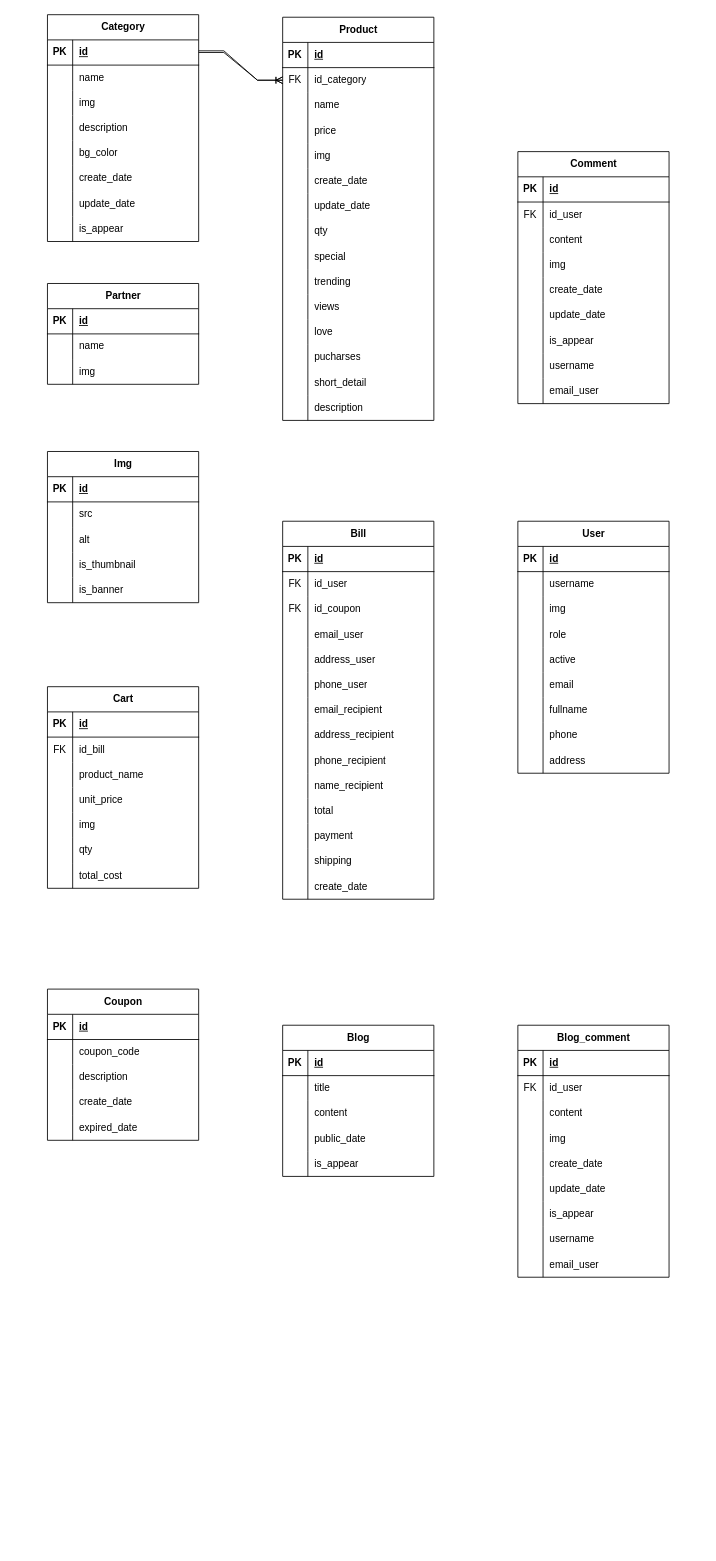
Above: page "ERD_Level-2" (1 of 2) of .vscode/LEGOUS_DIAGRAM.drawio in thanh8724/Legous (draw.io), before the change. Source tidied: cells renumbered, new cells numbered last; positions are measured from the earlier drawing's top-left corner, leaving out a move shared by most shapes. Both pictures are drawn from the tidied source at 84%, with x=0, y=0 at pixel (47, 14).
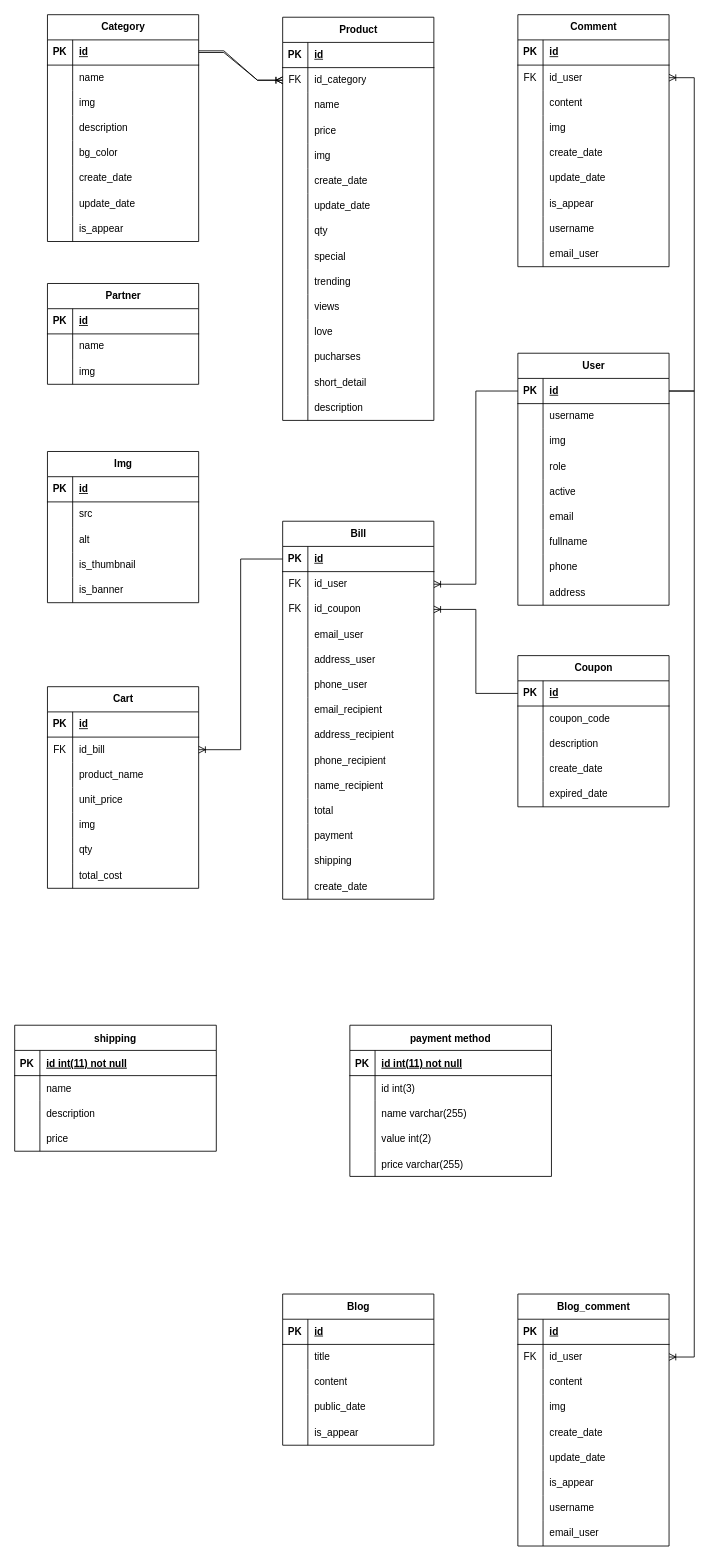
The same page after the edit.

Commit message:
Cập nhật LEGOUS_DIAGRAM.drawio

Unchanged cells that the change refers to:
```xml
<mxCell id="103" style="shape=tableRow;horizontal=0;startSize=0;swimlaneHead=0;swimlaneBody=0;fillColor=none;points=[[0,0.5],[1,0.5]];portConstraint=eastwest;top=0;left=0;right=0;bottom=0;" parent="99" vertex="1">
  <mxGeometry y="60" width="180" height="30" as="geometry" />
</mxCell>
<mxCell id="122" style="shape=tableRow;horizontal=0;startSize=0;swimlaneHead=0;swimlaneBody=0;fillColor=none;points=[[0,0.5],[1,0.5]];portConstraint=eastwest;top=0;left=0;right=0;bottom=1;" parent="121" vertex="1">
  <mxGeometry y="30" width="180" height="30" as="geometry" />
</mxCell>
<mxCell id="125" style="shape=tableRow;horizontal=0;startSize=0;swimlaneHead=0;swimlaneBody=0;fillColor=none;points=[[0,0.5],[1,0.5]];portConstraint=eastwest;top=0;left=0;right=0;bottom=0;" parent="121" vertex="1">
  <mxGeometry y="60" width="180" height="30" as="geometry" />
</mxCell>
<mxCell id="128" style="shape=tableRow;horizontal=0;startSize=0;swimlaneHead=0;swimlaneBody=0;fillColor=none;points=[[0,0.5],[1,0.5]];portConstraint=eastwest;top=0;left=0;right=0;bottom=0;" parent="121" vertex="1">
  <mxGeometry y="90" width="180" height="30" as="geometry" />
</mxCell>
<mxCell id="165" style="shape=tableRow;horizontal=0;startSize=0;swimlaneHead=0;swimlaneBody=0;fillColor=none;points=[[0,0.5],[1,0.5]];portConstraint=eastwest;top=0;left=0;right=0;bottom=1;" parent="164" vertex="1">
  <mxGeometry y="30" width="180" height="30" as="geometry" />
</mxCell>
<mxCell id="196" style="shape=tableRow;horizontal=0;startSize=0;swimlaneHead=0;swimlaneBody=0;fillColor=none;points=[[0,0.5],[1,0.5]];portConstraint=eastwest;top=0;left=0;right=0;bottom=0;" parent="192" vertex="1">
  <mxGeometry y="60" width="180" height="30" as="geometry" />
</mxCell>
<mxCell id="221" style="shape=tableRow;horizontal=0;startSize=0;swimlaneHead=0;swimlaneBody=0;fillColor=none;points=[[0,0.5],[1,0.5]];portConstraint=eastwest;top=0;left=0;right=0;bottom=1;" parent="220" vertex="1">
  <mxGeometry y="30" width="180" height="30" as="geometry" />
</mxCell>
<mxCell id="256" style="shape=tableRow;horizontal=0;startSize=0;swimlaneHead=0;swimlaneBody=0;fillColor=none;points=[[0,0.5],[1,0.5]];portConstraint=eastwest;top=0;left=0;right=0;bottom=0;" parent="252" vertex="1">
  <mxGeometry y="60" width="180" height="30" as="geometry" />
</mxCell>
```

Diff of the diagram source:
```diff
@@
     <mxCell id="164" value="User" style="shape=table;startSize=30;childLayout=tableLayout;rowLines=0;fontStyle=1;align=center;html=1;" parent="1" vertex="1">
-      <mxGeometry x="560" y="603" width="180" height="300" as="geometry" />
+      <mxGeometry x="560" y="403" width="180" height="300" as="geometry" />
     </mxCell>
@@
     <mxCell id="192" value="Comment" style="shape=table;startSize=30;childLayout=tableLayout;rowLines=0;fontStyle=1;align=center;html=1;" parent="1" vertex="1">
-      <mxGeometry x="560" y="163" width="180" height="300" as="geometry" />
+      <mxGeometry x="560" width="180" height="300" as="geometry" />
     </mxCell>
@@
     <mxCell id="220" value="Coupon" style="shape=table;startSize=30;childLayout=tableLayout;rowLines=0;fontStyle=1;align=center;html=1;" parent="1" vertex="1">
-      <mxGeometry y="1160" width="180" height="180" as="geometry" />
+      <mxGeometry x="560" y="763" width="180" height="180" as="geometry" />
     </mxCell>
@@
     <mxCell id="236" value="Blog" style="shape=table;startSize=30;childLayout=tableLayout;rowLines=0;fontStyle=1;align=center;html=1;" parent="1" vertex="1">
-      <mxGeometry x="280" y="1203" width="180" height="180" as="geometry" />
+      <mxGeometry x="280" y="1523" width="180" height="180" as="geometry" />
     </mxCell>
@@
     <mxCell id="252" value="Blog_comment" style="shape=table;startSize=30;childLayout=tableLayout;rowLines=0;fontStyle=1;align=center;html=1;" parent="1" vertex="1">
-      <mxGeometry x="560" y="1203" width="180" height="300" as="geometry" />
+      <mxGeometry x="560" y="1523" width="180" height="300" as="geometry" />
     </mxCell>
@@
+    <mxCell id="282" style="edgeStyle=entityRelationEdgeStyle;fontSize=12;html=1;endArrow=ERoneToMany;rounded=0;entryX=1;entryY=0.5;entryDx=0;entryDy=0;" parent="1" edge="1" source="165" target="196">
+      <mxGeometry relative="1" as="geometry" />
+    </mxCell>
+    <mxCell id="283" style="edgeStyle=orthogonalEdgeStyle;fontSize=12;html=1;endArrow=ERoneToMany;rounded=0;exitX=0;exitY=0.5;exitDx=0;exitDy=0;entryX=1;entryY=0.5;entryDx=0;entryDy=0;" parent="1" edge="1" source="165" target="125">
+      <mxGeometry relative="1" as="geometry" />
+    </mxCell>
+    <mxCell id="284" style="fontSize=12;html=1;endArrow=ERoneToMany;rounded=0;exitX=0;exitY=0.5;exitDx=0;exitDy=0;entryX=1;entryY=0.5;entryDx=0;entryDy=0;edgeStyle=orthogonalEdgeStyle;" parent="1" edge="1" source="221" target="128">
+      <mxGeometry relative="1" as="geometry" />
+    </mxCell>
+    <mxCell id="285" style="fontSize=12;html=1;endArrow=ERoneToMany;rounded=0;edgeStyle=orthogonalEdgeStyle;entryX=1;entryY=0.5;entryDx=0;entryDy=0;exitX=0;exitY=0.5;exitDx=0;exitDy=0;" parent="1" edge="1" source="122" target="103">
+      <mxGeometry relative="1" as="geometry" />
+    </mxCell>
+    <mxCell id="286" value="shipping" style="shape=table;startSize=30;childLayout=tableLayout;rowLines=0;fontStyle=1;align=center;" parent="1" vertex="1">
+      <mxGeometry x="-39" y="1203" width="240" height="150" as="geometry" />
+    </mxCell>
+    <mxCell id="287" style="shape=tableRow;horizontal=0;startSize=0;swimlaneHead=0;swimlaneBody=0;fillColor=none;top=0;left=0;right=0;bottom=1;" parent="286" vertex="1">
+      <mxGeometry y="30" width="240" height="30" as="geometry" />
+    </mxCell>
+    <mxCell id="288" value="PK" style="shape=partialRectangle;fillColor=none;top=0;left=0;bottom=0;right=0;fontStyle=1;overflow=hidden;" parent="287" vertex="1">
+      <mxGeometry width="30" height="30" as="geometry" />
+    </mxCell>
+    <mxCell id="289" value="id int(11) not null" style="shape=partialRectangle;fillColor=none;top=0;left=0;bottom=0;right=0;align=left;spacingLeft=6;fontStyle=5;overflow=hidden;" parent="287" vertex="1">
+      <mxGeometry x="30" width="210" height="30" as="geometry" />
+    </mxCell>
+    <mxCell id="290" style="shape=tableRow;horizontal=0;startSize=0;swimlaneHead=0;swimlaneBody=0;fillColor=none;top=0;left=0;right=0;bottom=0;" parent="286" vertex="1">
+      <mxGeometry y="60" width="240" height="30" as="geometry" />
+    </mxCell>
+    <mxCell id="291" style="shape=partialRectangle;fillColor=none;top=0;left=0;bottom=0;right=0;overflow=hidden;" parent="290" vertex="1">
+      <mxGeometry width="30" height="30" as="geometry" />
+    </mxCell>
+    <mxCell id="292" value="name" style="shape=partialRectangle;fillColor=none;top=0;left=0;bottom=0;right=0;align=left;spacingLeft=6;overflow=hidden;" parent="290" vertex="1">
+      <mxGeometry x="30" width="210" height="30" as="geometry" />
+    </mxCell>
+    <mxCell id="293" style="shape=tableRow;horizontal=0;startSize=0;swimlaneHead=0;swimlaneBody=0;fillColor=none;top=0;left=0;right=0;bottom=0;" parent="286" vertex="1">
+      <mxGeometry y="90" width="240" height="30" as="geometry" />
+    </mxCell>
+    <mxCell id="294" style="shape=partialRectangle;fillColor=none;top=0;left=0;bottom=0;right=0;overflow=hidden;" parent="293" vertex="1">
+      <mxGeometry width="30" height="30" as="geometry" />
+    </mxCell>
+    <mxCell id="295" value="description" style="shape=partialRectangle;fillColor=none;top=0;left=0;bottom=0;right=0;align=left;spacingLeft=6;overflow=hidden;" parent="293" vertex="1">
+      <mxGeometry x="30" width="210" height="30" as="geometry" />
+    </mxCell>
+    <mxCell id="296" style="shape=tableRow;horizontal=0;startSize=0;swimlaneHead=0;swimlaneBody=0;fillColor=none;top=0;left=0;right=0;bottom=0;" parent="286" vertex="1">
+      <mxGeometry y="120" width="240" height="30" as="geometry" />
+    </mxCell>
+    <mxCell id="297" style="shape=partialRectangle;fillColor=none;top=0;left=0;bottom=0;right=0;overflow=hidden;" parent="296" vertex="1">
+      <mxGeometry width="30" height="30" as="geometry" />
+    </mxCell>
+    <mxCell id="298" value="price" style="shape=partialRectangle;fillColor=none;top=0;left=0;bottom=0;right=0;align=left;spacingLeft=6;overflow=hidden;" parent="296" vertex="1">
+      <mxGeometry x="30" width="210" height="30" as="geometry" />
+    </mxCell>
+    <mxCell id="299" style="edgeStyle=entityRelationEdgeStyle;fontSize=12;html=1;endArrow=ERoneToMany;rounded=0;entryX=1;entryY=0.5;entryDx=0;entryDy=0;exitX=1;exitY=0.5;exitDx=0;exitDy=0;" parent="1" edge="1" source="165" target="256">
+      <mxGeometry relative="1" as="geometry">
+        <Array as="points">
+          <mxPoint x="790" y="863" />
+        </Array>
+      </mxGeometry>
+    </mxCell>
+    <mxCell id="300" value="payment method" style="shape=table;startSize=30;childLayout=tableLayout;rowLines=0;fontStyle=1;align=center;" parent="1" vertex="1">
+      <mxGeometry x="360" y="1203" width="240" height="180" as="geometry" />
+    </mxCell>
+    <mxCell id="301" style="shape=tableRow;horizontal=0;startSize=0;swimlaneHead=0;swimlaneBody=0;fillColor=none;top=0;left=0;right=0;bottom=1;" parent="300" vertex="1">
+      <mxGeometry y="30" width="240" height="30" as="geometry" />
+    </mxCell>
+    <mxCell id="302" value="PK" style="shape=partialRectangle;fillColor=none;top=0;left=0;bottom=0;right=0;fontStyle=1;overflow=hidden;" parent="301" vertex="1">
+      <mxGeometry width="30" height="30" as="geometry" />
+    </mxCell>
+    <mxCell id="303" value="id int(11) not null" style="shape=partialRectangle;fillColor=none;top=0;left=0;bottom=0;right=0;align=left;spacingLeft=6;fontStyle=5;overflow=hidden;" parent="301" vertex="1">
+      <mxGeometry x="30" width="210" height="30" as="geometry" />
+    </mxCell>
+    <mxCell id="304" style="shape=tableRow;horizontal=0;startSize=0;swimlaneHead=0;swimlaneBody=0;fillColor=none;top=0;left=0;right=0;bottom=0;" parent="300" vertex="1">
+      <mxGeometry y="60" width="240" height="30" as="geometry" />
+    </mxCell>
+    <mxCell id="305" style="shape=partialRectangle;fillColor=none;top=0;left=0;bottom=0;right=0;overflow=hidden;" parent="304" vertex="1">
+      <mxGeometry width="30" height="30" as="geometry" />
+    </mxCell>
+    <mxCell id="306" value="id int(3)" style="shape=partialRectangle;fillColor=none;top=0;left=0;bottom=0;right=0;align=left;spacingLeft=6;overflow=hidden;" parent="304" vertex="1">
+      <mxGeometry x="30" width="210" height="30" as="geometry" />
+    </mxCell>
+    <mxCell id="307" style="shape=tableRow;horizontal=0;startSize=0;swimlaneHead=0;swimlaneBody=0;fillColor=none;top=0;left=0;right=0;bottom=0;" parent="300" vertex="1">
+      <mxGeometry y="90" width="240" height="30" as="geometry" />
+    </mxCell>
+    <mxCell id="308" style="shape=partialRectangle;fillColor=none;top=0;left=0;bottom=0;right=0;overflow=hidden;" parent="307" vertex="1">
+      <mxGeometry width="30" height="30" as="geometry" />
+    </mxCell>
+    <mxCell id="309" value="name varchar(255)" style="shape=partialRectangle;fillColor=none;top=0;left=0;bottom=0;right=0;align=left;spacingLeft=6;overflow=hidden;" parent="307" vertex="1">
+      <mxGeometry x="30" width="210" height="30" as="geometry" />
+    </mxCell>
+    <mxCell id="310" style="shape=tableRow;horizontal=0;startSize=0;swimlaneHead=0;swimlaneBody=0;fillColor=none;top=0;left=0;right=0;bottom=0;" parent="300" vertex="1">
+      <mxGeometry y="120" width="240" height="30" as="geometry" />
+    </mxCell>
+    <mxCell id="311" style="shape=partialRectangle;fillColor=none;top=0;left=0;bottom=0;right=0;overflow=hidden;" parent="310" vertex="1">
+      <mxGeometry width="30" height="30" as="geometry" />
+    </mxCell>
+    <mxCell id="312" value="value int(2)" style="shape=partialRectangle;fillColor=none;top=0;left=0;bottom=0;right=0;align=left;spacingLeft=6;overflow=hidden;" parent="310" vertex="1">
+      <mxGeometry x="30" width="210" height="30" as="geometry" />
+    </mxCell>
+    <mxCell id="313" style="shape=tableRow;horizontal=0;startSize=0;swimlaneHead=0;swimlaneBody=0;fillColor=none;top=0;left=0;right=0;bottom=0;" parent="300" vertex="1">
+      <mxGeometry y="150" width="240" height="30" as="geometry" />
+    </mxCell>
+    <mxCell id="314" style="shape=partialRectangle;fillColor=none;top=0;left=0;bottom=0;right=0;overflow=hidden;" parent="313" vertex="1">
+      <mxGeometry width="30" height="30" as="geometry" />
+    </mxCell>
+    <mxCell id="315" value="price varchar(255)" style="shape=partialRectangle;fillColor=none;top=0;left=0;bottom=0;right=0;align=left;spacingLeft=6;overflow=hidden;" parent="313" vertex="1">
+      <mxGeometry x="30" width="210" height="30" as="geometry" />
+    </mxCell>
```
